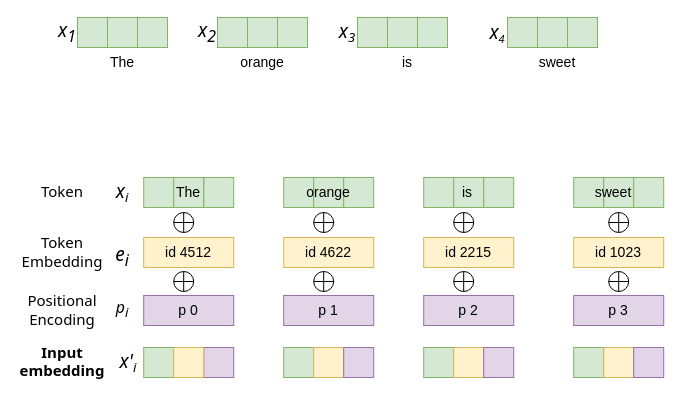
This is Theory/Pictures/TransformerArchitecutre.drawio from patrickfranzelin/Master-Thesis-GEOAI, a draw.io file, before an edit. Source tidied: cells renumbered, new cells numbered last; positions are measured from the earlier drawing's top-left corner, leaving out a move shared by most shapes. Both pictures are drawn from the tidied source at 100%, with x=0, y=0 at pixel (17, 17).
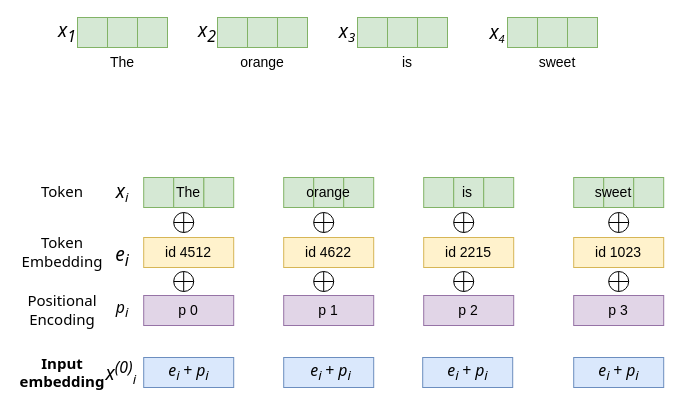
The same diagram, later.

The edit, as a diff of the source:
```diff
@@
     <mxCell id="57" value="&lt;strong style=&quot;box-sizing: border-box; border-width: 0px; border-style: solid; border-color: oklch(0.9296 0.007 106.53 / 0.1); scrollbar-color: initial; scrollbar-width: initial; --tw-border-spacing-x: 0; --tw-border-spacing-y: 0; --tw-translate-x: 0; --tw-translate-y: 0; --tw-rotate: 0; --tw-skew-x: 0; --tw-skew-y: 0; --tw-scale-x: 1; --tw-scale-y: 1; --tw-pan-x: ; --tw-pan-y: ; --tw-pinch-zoom: ; --tw-scroll-snap-strictness: proximity; --tw-gradient-from-position: ; --tw-gradient-via-position: ; --tw-gradient-to-position: ; --tw-ordinal: ; --tw-slashed-zero: ; --tw-numeric-figure: ; --tw-numeric-spacing: ; --tw-numeric-fraction: ; --tw-ring-inset: ; --tw-ring-offset-width: 0px; --tw-ring-offset-color: light-dark(#fff, #000000); --tw-ring-color: rgb(59 130 246 / .5); --tw-ring-offset-shadow: 0 0 #0000; --tw-ring-shadow: 0 0 #0000; --tw-shadow: 0 0 #0000; --tw-shadow-colored: 0 0 #0000; --tw-blur: ; --tw-brightness: ; --tw-contrast: ; --tw-grayscale: ; --tw-hue-rotate: ; --tw-invert: ; --tw-saturate: ; --tw-sepia: ; --tw-drop-shadow: ; --tw-backdrop-blur: ; --tw-backdrop-brightness: ; --tw-backdrop-contrast: ; --tw-backdrop-grayscale: ; --tw-backdrop-hue-rotate: ; --tw-backdrop-invert: ; --tw-backdrop-opacity: ; --tw-backdrop-saturate: ; --tw-backdrop-sepia: ; --tw-contain-size: ; --tw-contain-layout: ; --tw-contain-paint: ; --tw-contain-style: ; font-family: fkGroteskNeue, ui-sans-serif, system-ui, -apple-system, BlinkMacSystemFont, &amp;quot;Segoe UI&amp;quot;, Roboto, &amp;quot;Helvetica Neue&amp;quot;, Arial, &amp;quot;Noto Sans&amp;quot;, sans-serif, &amp;quot;Apple Color Emoji&amp;quot;, &amp;quot;Segoe UI Emoji&amp;quot;, &amp;quot;Segoe UI Symbol&amp;quot;, &amp;quot;Noto Color Emoji&amp;quot;, &amp;quot;Hiragino Sans&amp;quot;, &amp;quot;PingFang SC&amp;quot;, &amp;quot;Apple SD Gothic Neo&amp;quot;, &amp;quot;Yu Gothic&amp;quot;, &amp;quot;Microsoft YaHei&amp;quot;, &amp;quot;Microsoft JhengHei&amp;quot;, Meiryo; font-style: normal; font-variant-ligatures: normal; font-variant-caps: normal; letter-spacing: normal; orphans: 2; text-indent: 0px; text-transform: none; widows: 2; word-spacing: 0px; -webkit-text-stroke-width: 0px; white-space: normal; text-decoration-thickness: initial; text-decoration-style: initial; text-decoration-color: initial;&quot;&gt;&lt;font style=&quot;font-size: 15px; color: rgb(0, 0, 0);&quot;&gt;Input embedding&lt;/font&gt;&lt;/strong&gt;" style="text;whiteSpace=wrap;html=1;align=center;" parent="1" vertex="1">
-      <mxGeometry y="319" width="90" height="50" as="geometry" />
+      <mxGeometry y="330" width="90" height="50" as="geometry" />
     </mxCell>
-    <mxCell id="58" style="whiteSpace=wrap;html=1;fillColor=#d5e8d4;strokeColor=#82b366;" parent="1" vertex="1">
-      <mxGeometry x="126.2" y="330" width="30" height="30" as="geometry" />
-    </mxCell>
-    <mxCell id="59" style="whiteSpace=wrap;html=1;fillColor=#e1d5e7;strokeColor=#9673a6;" parent="1" vertex="1">
-      <mxGeometry x="186.2" y="330" width="30" height="30" as="geometry" />
-    </mxCell>
-    <mxCell id="60" style="whiteSpace=wrap;html=1;fillColor=#fff2cc;strokeColor=#d6b656;" parent="1" vertex="1">
-      <mxGeometry x="156.2" y="330" width="30" height="30" as="geometry" />
-    </mxCell>
-    <mxCell id="61" style="whiteSpace=wrap;html=1;fillColor=#d5e8d4;strokeColor=#82b366;" parent="1" vertex="1">
-      <mxGeometry x="266.2" y="330" width="30" height="30" as="geometry" />
-    </mxCell>
-    <mxCell id="62" style="whiteSpace=wrap;html=1;fillColor=#fff2cc;strokeColor=#d6b656;" parent="1" vertex="1">
-      <mxGeometry x="296.2" y="330" width="30" height="30" as="geometry" />
-    </mxCell>
-    <mxCell id="63" style="whiteSpace=wrap;html=1;fillColor=#e1d5e7;strokeColor=#9673a6;" parent="1" vertex="1">
-      <mxGeometry x="326.2" y="330" width="30" height="30" as="geometry" />
-    </mxCell>
-    <mxCell id="64" style="whiteSpace=wrap;html=1;fillColor=#d5e8d4;strokeColor=#82b366;" parent="1" vertex="1">
-      <mxGeometry x="406.2" y="330" width="30" height="30" as="geometry" />
-    </mxCell>
-    <mxCell id="65" style="whiteSpace=wrap;html=1;fillColor=#fff2cc;strokeColor=#d6b656;" parent="1" vertex="1">
-      <mxGeometry x="436.2" y="330" width="30" height="30" as="geometry" />
-    </mxCell>
-    <mxCell id="66" style="whiteSpace=wrap;html=1;fillColor=#e1d5e7;strokeColor=#9673a6;" parent="1" vertex="1">
-      <mxGeometry x="466.2" y="330" width="30" height="30" as="geometry" />
-    </mxCell>
-    <mxCell id="67" style="whiteSpace=wrap;html=1;fillColor=#d5e8d4;strokeColor=#82b366;" parent="1" vertex="1">
-      <mxGeometry x="556.2" y="330" width="30" height="30" as="geometry" />
-    </mxCell>
-    <mxCell id="68" style="whiteSpace=wrap;html=1;fillColor=#fff2cc;strokeColor=#d6b656;" parent="1" vertex="1">
-      <mxGeometry x="586.2" y="330" width="30" height="30" as="geometry" />
-    </mxCell>
-    <mxCell id="69" style="whiteSpace=wrap;html=1;fillColor=#e1d5e7;strokeColor=#9673a6;" parent="1" vertex="1">
-      <mxGeometry x="616.2" y="330" width="30" height="30" as="geometry" />
-    </mxCell>
@@
-    <mxCell id="71" value="&lt;span style=&quot;font-family: fkGroteskNeue, ui-sans-serif, system-ui, -apple-system, BlinkMacSystemFont, &amp;quot;Segoe UI&amp;quot;, Roboto, &amp;quot;Helvetica Neue&amp;quot;, Arial, &amp;quot;Noto Sans&amp;quot;, sans-serif, &amp;quot;Apple Color Emoji&amp;quot;, &amp;quot;Segoe UI Emoji&amp;quot;, &amp;quot;Segoe UI Symbol&amp;quot;, &amp;quot;Noto Color Emoji&amp;quot;, &amp;quot;Hiragino Sans&amp;quot;, &amp;quot;PingFang SC&amp;quot;, &amp;quot;Apple SD Gothic Neo&amp;quot;, &amp;quot;Yu Gothic&amp;quot;, &amp;quot;Microsoft YaHei&amp;quot;, &amp;quot;Microsoft JhengHei&amp;quot;, Meiryo; text-align: start;&quot;&gt;&lt;font style=&quot;color: rgb(0, 0, 0); font-size: 19px;&quot;&gt;x'&lt;/font&gt;&lt;font style=&quot;color: rgb(0, 0, 0); font-size: 15.8333px;&quot;&gt;&lt;sub&gt;i&lt;/sub&gt;&lt;/font&gt;&lt;/span&gt;" style="text;html=1;whiteSpace=wrap;strokeColor=none;fillColor=none;align=center;verticalAlign=middle;rounded=0;fontStyle=2;" parent="1" vertex="1">
-      <mxGeometry x="81.2" y="330" width="60" height="30" as="geometry" />
+    <mxCell id="71" value="&lt;span style=&quot;font-family: fkGroteskNeue, ui-sans-serif, system-ui, -apple-system, BlinkMacSystemFont, &amp;quot;Segoe UI&amp;quot;, Roboto, &amp;quot;Helvetica Neue&amp;quot;, Arial, &amp;quot;Noto Sans&amp;quot;, sans-serif, &amp;quot;Apple Color Emoji&amp;quot;, &amp;quot;Segoe UI Emoji&amp;quot;, &amp;quot;Segoe UI Symbol&amp;quot;, &amp;quot;Noto Color Emoji&amp;quot;, &amp;quot;Hiragino Sans&amp;quot;, &amp;quot;PingFang SC&amp;quot;, &amp;quot;Apple SD Gothic Neo&amp;quot;, &amp;quot;Yu Gothic&amp;quot;, &amp;quot;Microsoft YaHei&amp;quot;, &amp;quot;Microsoft JhengHei&amp;quot;, Meiryo; text-align: start;&quot;&gt;&lt;font style=&quot;color: rgb(0, 0, 0); font-size: 19px;&quot;&gt;x&lt;sup&gt;(0)&lt;/sup&gt;&lt;/font&gt;&lt;font style=&quot;color: rgb(0, 0, 0); font-size: 15.8333px;&quot;&gt;&lt;sub&gt;i&amp;nbsp;&lt;/sub&gt;&lt;/font&gt;&lt;/span&gt;" style="text;html=1;whiteSpace=wrap;strokeColor=none;fillColor=none;align=center;verticalAlign=middle;rounded=0;fontStyle=2;" parent="1" vertex="1">
+      <mxGeometry x="61.2" y="340" width="88.8" height="30" as="geometry" />
     </mxCell>
@@
+    <mxCell id="74" style="rounded=0;whiteSpace=wrap;html=1;fillColor=#dae8fc;strokeColor=#6c8ebf;" parent="1" vertex="1">
+      <mxGeometry x="126.2" y="340" width="90" height="30" as="geometry" />
+    </mxCell>
+    <mxCell id="75" value="&lt;span style=&quot;font-family: fkGroteskNeue, ui-sans-serif, system-ui, -apple-system, BlinkMacSystemFont, &amp;quot;Segoe UI&amp;quot;, Roboto, &amp;quot;Helvetica Neue&amp;quot;, Arial, &amp;quot;Noto Sans&amp;quot;, sans-serif, &amp;quot;Apple Color Emoji&amp;quot;, &amp;quot;Segoe UI Emoji&amp;quot;, &amp;quot;Segoe UI Symbol&amp;quot;, &amp;quot;Noto Color Emoji&amp;quot;, &amp;quot;Hiragino Sans&amp;quot;, &amp;quot;PingFang SC&amp;quot;, &amp;quot;Apple SD Gothic Neo&amp;quot;, &amp;quot;Yu Gothic&amp;quot;, &amp;quot;Microsoft YaHei&amp;quot;, &amp;quot;Microsoft JhengHei&amp;quot;, Meiryo; text-align: start;&quot;&gt;&lt;font style=&quot;color: rgb(0, 0, 0); font-size: 15.8333px;&quot;&gt;e&lt;sub&gt;i&amp;nbsp;&lt;/sub&gt;+ p&lt;sub&gt;i&lt;/sub&gt;&lt;/font&gt;&lt;/span&gt;" style="text;html=1;whiteSpace=wrap;strokeColor=none;fillColor=none;align=center;verticalAlign=middle;rounded=0;fontStyle=2;" parent="1" vertex="1">
+      <mxGeometry x="126.9" y="340" width="88.8" height="30" as="geometry" />
+    </mxCell>
+    <mxCell id="76" style="rounded=0;whiteSpace=wrap;html=1;fillColor=#dae8fc;strokeColor=#6c8ebf;" parent="1" vertex="1">
+      <mxGeometry x="266.2" y="340" width="90" height="30" as="geometry" />
+    </mxCell>
+    <mxCell id="77" value="&lt;span style=&quot;font-family: fkGroteskNeue, ui-sans-serif, system-ui, -apple-system, BlinkMacSystemFont, &amp;quot;Segoe UI&amp;quot;, Roboto, &amp;quot;Helvetica Neue&amp;quot;, Arial, &amp;quot;Noto Sans&amp;quot;, sans-serif, &amp;quot;Apple Color Emoji&amp;quot;, &amp;quot;Segoe UI Emoji&amp;quot;, &amp;quot;Segoe UI Symbol&amp;quot;, &amp;quot;Noto Color Emoji&amp;quot;, &amp;quot;Hiragino Sans&amp;quot;, &amp;quot;PingFang SC&amp;quot;, &amp;quot;Apple SD Gothic Neo&amp;quot;, &amp;quot;Yu Gothic&amp;quot;, &amp;quot;Microsoft YaHei&amp;quot;, &amp;quot;Microsoft JhengHei&amp;quot;, Meiryo; text-align: start;&quot;&gt;&lt;font style=&quot;color: rgb(0, 0, 0); font-size: 15.8333px;&quot;&gt;&amp;nbsp;e&lt;sub&gt;i&amp;nbsp;&lt;/sub&gt;+ p&lt;sub&gt;i&lt;/sub&gt;&lt;/font&gt;&lt;/span&gt;" style="text;html=1;whiteSpace=wrap;strokeColor=none;fillColor=none;align=center;verticalAlign=middle;rounded=0;fontStyle=2;" parent="1" vertex="1">
+      <mxGeometry x="266.9" y="340" width="88.8" height="30" as="geometry" />
+    </mxCell>
+    <mxCell id="78" style="rounded=0;whiteSpace=wrap;html=1;fillColor=#dae8fc;strokeColor=#6c8ebf;" parent="1" vertex="1">
+      <mxGeometry x="405.2" y="340" width="90" height="30" as="geometry" />
+    </mxCell>
+    <mxCell id="79" value="&lt;span style=&quot;font-family: fkGroteskNeue, ui-sans-serif, system-ui, -apple-system, BlinkMacSystemFont, &amp;quot;Segoe UI&amp;quot;, Roboto, &amp;quot;Helvetica Neue&amp;quot;, Arial, &amp;quot;Noto Sans&amp;quot;, sans-serif, &amp;quot;Apple Color Emoji&amp;quot;, &amp;quot;Segoe UI Emoji&amp;quot;, &amp;quot;Segoe UI Symbol&amp;quot;, &amp;quot;Noto Color Emoji&amp;quot;, &amp;quot;Hiragino Sans&amp;quot;, &amp;quot;PingFang SC&amp;quot;, &amp;quot;Apple SD Gothic Neo&amp;quot;, &amp;quot;Yu Gothic&amp;quot;, &amp;quot;Microsoft YaHei&amp;quot;, &amp;quot;Microsoft JhengHei&amp;quot;, Meiryo; text-align: start;&quot;&gt;&lt;font style=&quot;color: rgb(0, 0, 0); font-size: 15.8333px;&quot;&gt;e&lt;sub&gt;i&amp;nbsp;&lt;/sub&gt;+ p&lt;sub&gt;i&lt;/sub&gt;&lt;/font&gt;&lt;/span&gt;" style="text;html=1;whiteSpace=wrap;strokeColor=none;fillColor=none;align=center;verticalAlign=middle;rounded=0;fontStyle=2;" parent="1" vertex="1">
+      <mxGeometry x="405.9" y="340" width="88.8" height="30" as="geometry" />
+    </mxCell>
+    <mxCell id="80" style="rounded=0;whiteSpace=wrap;html=1;fillColor=#dae8fc;strokeColor=#6c8ebf;" parent="1" vertex="1">
+      <mxGeometry x="556.2" y="340" width="90" height="30" as="geometry" />
+    </mxCell>
+    <mxCell id="81" value="&lt;span style=&quot;font-family: fkGroteskNeue, ui-sans-serif, system-ui, -apple-system, BlinkMacSystemFont, &amp;quot;Segoe UI&amp;quot;, Roboto, &amp;quot;Helvetica Neue&amp;quot;, Arial, &amp;quot;Noto Sans&amp;quot;, sans-serif, &amp;quot;Apple Color Emoji&amp;quot;, &amp;quot;Segoe UI Emoji&amp;quot;, &amp;quot;Segoe UI Symbol&amp;quot;, &amp;quot;Noto Color Emoji&amp;quot;, &amp;quot;Hiragino Sans&amp;quot;, &amp;quot;PingFang SC&amp;quot;, &amp;quot;Apple SD Gothic Neo&amp;quot;, &amp;quot;Yu Gothic&amp;quot;, &amp;quot;Microsoft YaHei&amp;quot;, &amp;quot;Microsoft JhengHei&amp;quot;, Meiryo; text-align: start;&quot;&gt;&lt;font style=&quot;color: rgb(0, 0, 0); font-size: 15.8333px;&quot;&gt;e&lt;sub&gt;i&amp;nbsp;&lt;/sub&gt;+ p&lt;sub&gt;i&lt;/sub&gt;&lt;/font&gt;&lt;/span&gt;" style="text;html=1;whiteSpace=wrap;strokeColor=none;fillColor=none;align=center;verticalAlign=middle;rounded=0;fontStyle=2;" parent="1" vertex="1">
+      <mxGeometry x="556.9" y="340" width="88.8" height="30" as="geometry" />
+    </mxCell>
```
